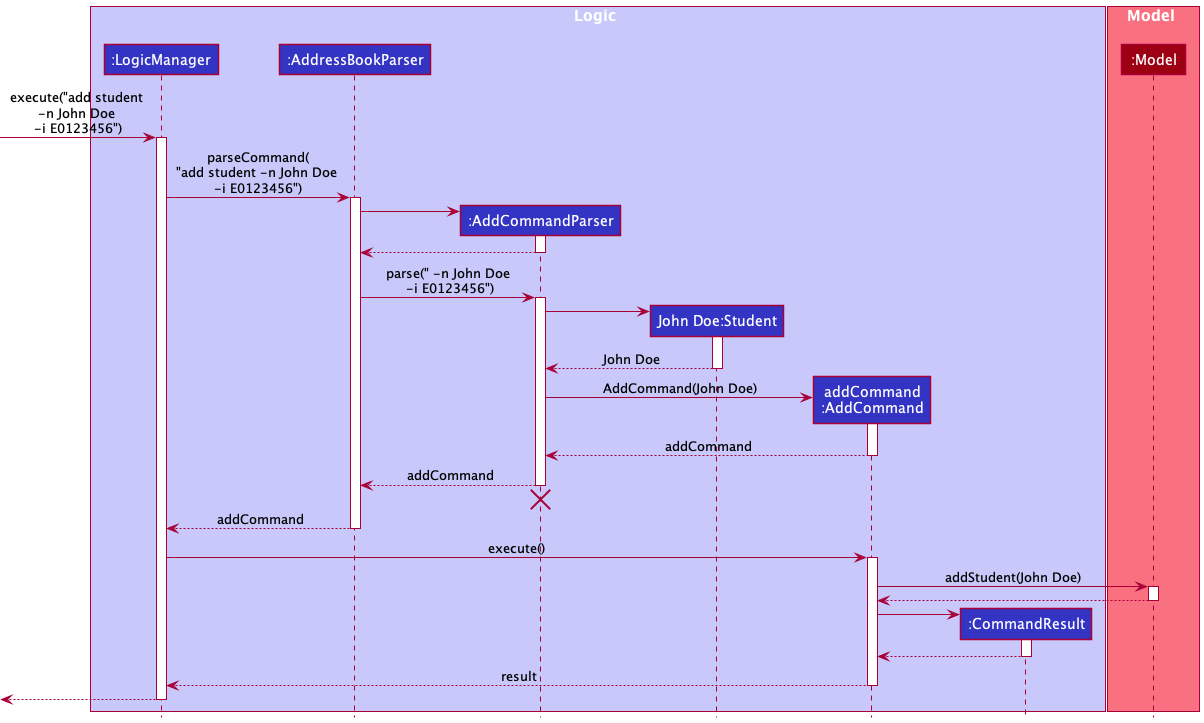
Earlier version of the PlantUML export docs/images/AddStudentSequenceDiagram.png (nus-cs2103-AY2122S1/tp).
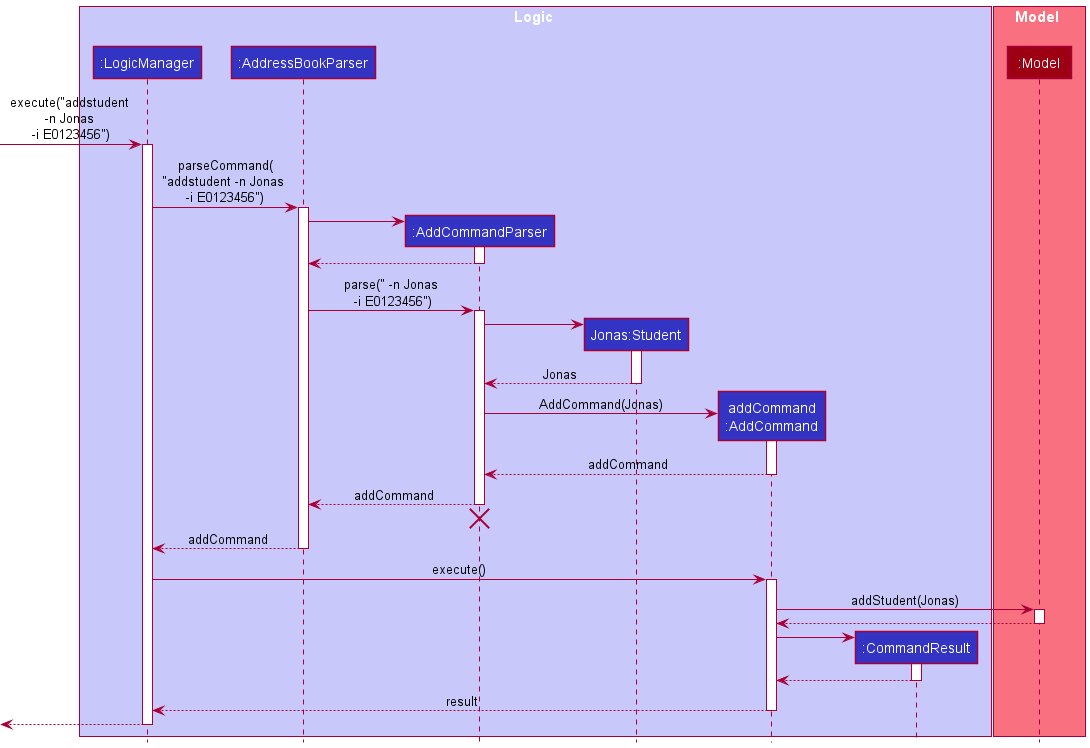
The same diagram one commit later.

The edit, as a diff of the source:
```diff
@@ -5,7 +5,7 @@
 participant ":LogicManager" as LogicManager LOGIC_COLOR
 participant ":AddressBookParser" as AddressBookParser LOGIC_COLOR
 participant ":AddCommandParser" as AddCommandParser LOGIC_COLOR
-participant "John Doe:Student" as Student LOGIC_COLOR
+participant "Jonas:Student" as Student LOGIC_COLOR
 participant "addCommand\n:AddCommand" as AddCommand LOGIC_COLOR
 participant ":CommandResult" as CommandResult LOGIC_COLOR
 end box
@@ -14,10 +14,10 @@
 participant ":Model" as Model MODEL_COLOR
 end box
 
-[-> LogicManager : execute("add student \n-n John Doe \n-i E0123456")
+[-> LogicManager : execute("addstudent \n-n Jonas \n-i E0123456")
 activate LogicManager
 
-LogicManager -> AddressBookParser : parseCommand(\n"add student -n John Doe \n-i E0123456")
+LogicManager -> AddressBookParser : parseCommand(\n"addstudent -n Jonas \n-i E0123456")
 activate AddressBookParser
 
 create AddCommandParser
@@ -27,18 +27,18 @@
 AddCommandParser --> AddressBookParser
 deactivate AddCommandParser
 
-AddressBookParser -> AddCommandParser : parse(" -n John Doe\n -i E0123456")
+AddressBookParser -> AddCommandParser : parse(" -n Jonas\n -i E0123456")
 activate AddCommandParser
 
 create Student
 AddCommandParser -> Student
 activate Student
 
-Student --> AddCommandParser : John Doe
+Student --> AddCommandParser : Jonas
 deactivate Student
 
 create AddCommand
-AddCommandParser -> AddCommand : AddCommand(John Doe)
+AddCommandParser -> AddCommand : AddCommand(Jonas)
 activate AddCommand
 
 AddCommand --> AddCommandParser : addCommand
@@ -55,7 +55,7 @@
 LogicManager -> AddCommand : execute()
 activate AddCommand
 
-AddCommand -> Model : addStudent(John Doe)
+AddCommand -> Model : addStudent(Jonas)
 activate Model
 
 Model --> AddCommand
```
